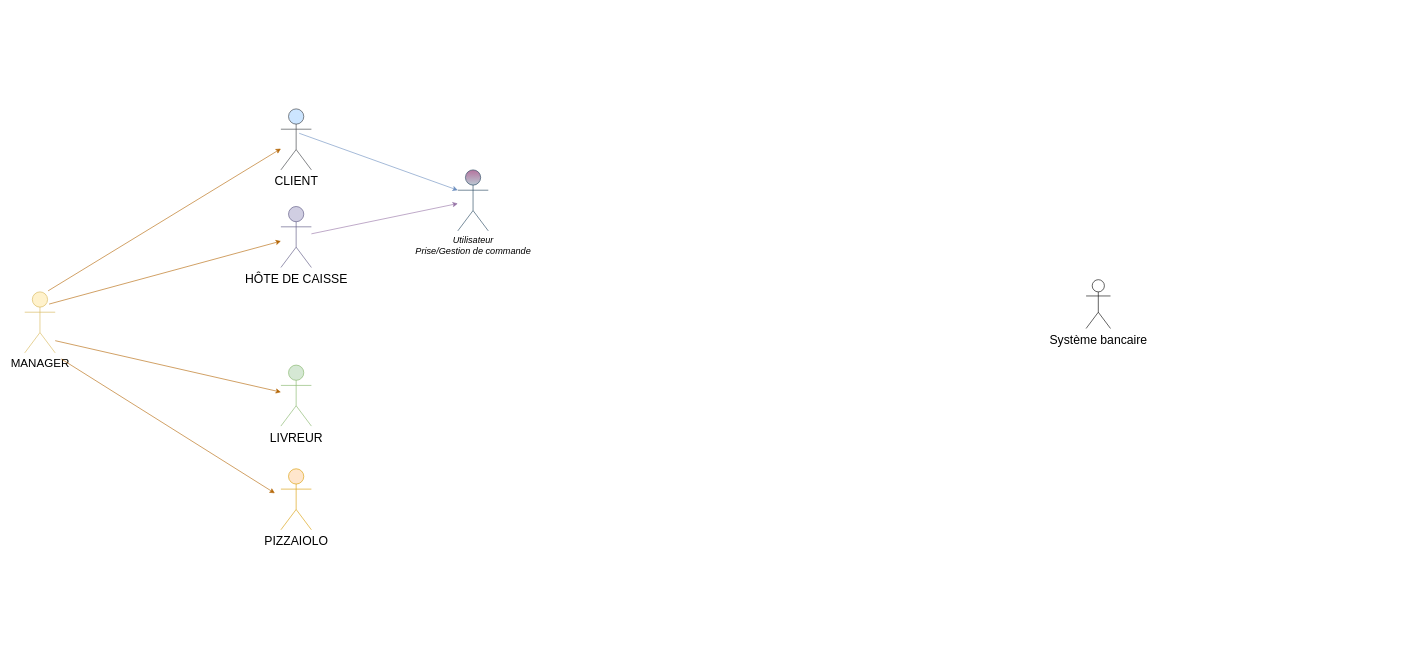
OMorlotti/P4-analyser-les-besoin-de-mon-client-pour-son-groupe-de-pizzerias keeps this draw.io diagram as Client/Untitled Diagram.drawio. Above is the earlier version. Source tidied: cells renumbered, new cells numbered last; positions are measured from the earlier drawing's top-left corner, leaving out a move shared by most shapes. Both pictures are drawn from the tidied source at 61%, with x=0, y=0 at pixel (24, 109).
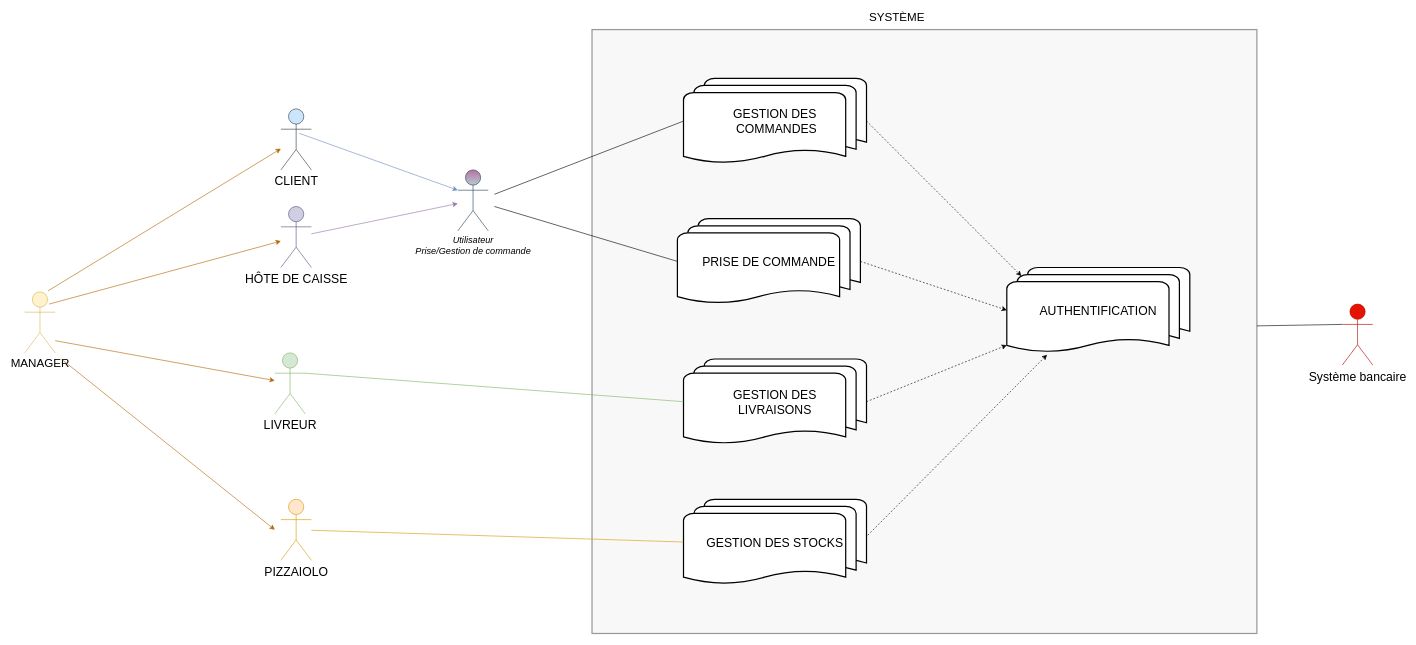
Above is the later version.

The edit, as a diff of the source:
```diff
@@
+    <mxCell id="15" style="rounded=0;whiteSpace=wrap;html=1;fillColor=#eeeeee;strokeColor=#000000;opacity=40;strokeWidth=2;" parent="1" vertex="1">
+      <mxGeometry x="930" y="-130" width="1090" height="990" as="geometry" />
+    </mxCell>
@@
     <mxCell id="6" value="&lt;font style=&quot;font-size: 20px&quot;&gt;LIVREUR&lt;/font&gt;" style="shape=umlActor;verticalLabelPosition=bottom;labelBackgroundColor=#ffffff;verticalAlign=top;html=1;outlineConnect=0;fillColor=#d5e8d4;strokeColor=#82b366;" parent="1" vertex="1">
-      <mxGeometry x="420" y="420" width="50" height="100" as="geometry" />
+      <mxGeometry x="410" y="400" width="50" height="100" as="geometry" />
     </mxCell>
     <mxCell id="7" value="&lt;font style=&quot;font-size: 20px&quot;&gt;PIZZAIOLO&lt;/font&gt;" style="shape=umlActor;verticalLabelPosition=bottom;labelBackgroundColor=#ffffff;verticalAlign=top;html=1;outlineConnect=0;fillColor=#ffe6cc;strokeColor=#d79b00;" parent="1" vertex="1">
-      <mxGeometry x="420" y="590" width="50" height="100" as="geometry" />
+      <mxGeometry x="420" y="640" width="50" height="100" as="geometry" />
     </mxCell>
-    <mxCell id="8" value="&lt;font style=&quot;font-size: 20px&quot;&gt;Système bancaire&lt;/font&gt;" style="shape=umlActor;verticalLabelPosition=bottom;labelBackgroundColor=#ffffff;verticalAlign=top;html=1;outlineConnect=0;" parent="1" vertex="1">
-      <mxGeometry x="1740" y="280" width="40" height="80" as="geometry" />
+    <mxCell id="8" value="&lt;font style=&quot;font-size: 20px&quot; color=&quot;#000000&quot;&gt;Système bancaire&lt;/font&gt;" style="shape=umlActor;verticalLabelPosition=bottom;labelBackgroundColor=#ffffff;verticalAlign=top;html=1;outlineConnect=0;fillColor=#e51400;strokeColor=#B20000;fontColor=#ffffff;" parent="1" vertex="1">
+      <mxGeometry x="2160" y="320" width="50" height="100" as="geometry" />
     </mxCell>
@@
     <mxCell id="12" style="endArrow=classic;html=1;fillColor=#fad7ac;strokeColor=#b46504;" parent="1" edge="1">
       <mxGeometry relative="1" as="geometry">
         <mxPoint x="60" y="410" as="sourcePoint" />
-        <mxPoint x="410" y="630" as="targetPoint" />
+        <mxPoint x="410" y="690" as="targetPoint" />
       </mxGeometry>
     </mxCell>
@@
+    <mxCell id="16" value="&lt;font style=&quot;font-size: 20px&quot;&gt;AUTHENTIFICATION&lt;/font&gt;" style="strokeWidth=2;html=1;shape=mxgraph.flowchart.multi-document;whiteSpace=wrap;gradientColor=none;align=center;" parent="1" vertex="1">
+      <mxGeometry x="1610" y="260" width="300" height="140" as="geometry" />
+    </mxCell>
+    <mxCell id="17" value="&lt;span style=&quot;font-size: 20px&quot;&gt;PRISE DE COMMANDE&lt;/span&gt;" style="strokeWidth=2;html=1;shape=mxgraph.flowchart.multi-document;whiteSpace=wrap;gradientColor=none;align=center;" parent="1" vertex="1">
+      <mxGeometry x="1070" y="180" width="300" height="140" as="geometry" />
+    </mxCell>
+    <mxCell id="18" value="&lt;font style=&quot;font-size: 20px&quot;&gt;GESTION DES STOCKS&lt;/font&gt;" style="strokeWidth=2;html=1;shape=mxgraph.flowchart.multi-document;whiteSpace=wrap;gradientColor=none;align=center;" parent="1" vertex="1">
+      <mxGeometry x="1080" y="640" width="300" height="140" as="geometry" />
+    </mxCell>
+    <mxCell id="19" value="&lt;font style=&quot;font-size: 20px&quot;&gt;GESTION DES &lt;br&gt;LIVRAISONS&lt;/font&gt;" style="strokeWidth=2;html=1;shape=mxgraph.flowchart.multi-document;whiteSpace=wrap;gradientColor=none;align=center;" parent="1" vertex="1">
+      <mxGeometry x="1080" y="410" width="300" height="140" as="geometry" />
+    </mxCell>
+    <mxCell id="20" value="&lt;font style=&quot;font-size: 20px&quot;&gt;GESTION DES&lt;br&gt;&amp;nbsp;COMMANDES&lt;/font&gt;" style="strokeWidth=2;html=1;shape=mxgraph.flowchart.multi-document;whiteSpace=wrap;gradientColor=none;align=center;" parent="1" vertex="1">
+      <mxGeometry x="1080" y="-50" width="300" height="140" as="geometry" />
+    </mxCell>
+    <mxCell id="21" style="endArrow=none;html=1;entryX=0;entryY=0.5;entryDx=0;entryDy=0;entryPerimeter=0;endFill=0;" parent="1" edge="1" target="20">
+      <mxGeometry relative="1" as="geometry">
+        <mxPoint x="770" y="140" as="sourcePoint" />
+      </mxGeometry>
+    </mxCell>
+    <mxCell id="22" style="endArrow=none;html=1;exitX=0;exitY=0.5;exitDx=0;exitDy=0;exitPerimeter=0;" parent="1" edge="1" source="17">
+      <mxGeometry relative="1" as="geometry">
+        <mxPoint x="770" y="160" as="targetPoint" />
+      </mxGeometry>
+    </mxCell>
+    <mxCell id="23" style="endArrow=none;html=1;entryX=0;entryY=0.5;entryDx=0;entryDy=0;entryPerimeter=0;exitX=1;exitY=0.3333333333333333;exitDx=0;exitDy=0;exitPerimeter=0;fillColor=#d5e8d4;strokeColor=#82b366;" parent="1" edge="1" source="6" target="19">
+      <mxGeometry relative="1" as="geometry" />
+    </mxCell>
+    <mxCell id="24" style="endArrow=none;html=1;entryX=0;entryY=0.5;entryDx=0;entryDy=0;entryPerimeter=0;fillColor=#ffe6cc;strokeColor=#d79b00;" parent="1" edge="1" source="7" target="18">
+      <mxGeometry relative="1" as="geometry" />
+    </mxCell>
+    <mxCell id="25" style="endArrow=classic;html=1;entryX=0.08;entryY=0.1;entryDx=0;entryDy=0;entryPerimeter=0;exitX=1;exitY=0.5;exitDx=0;exitDy=0;exitPerimeter=0;dashed=1;" parent="1" edge="1" source="20" target="16">
+      <mxGeometry relative="1" as="geometry" />
+    </mxCell>
+    <mxCell id="26" style="endArrow=classic;html=1;dashed=1;exitX=1;exitY=0.5;exitDx=0;exitDy=0;exitPerimeter=0;entryX=0;entryY=0.5;entryDx=0;entryDy=0;entryPerimeter=0;" parent="1" edge="1" source="17" target="16">
+      <mxGeometry relative="1" as="geometry" />
+    </mxCell>
+    <mxCell id="27" style="endArrow=classic;html=1;dashed=1;exitX=1;exitY=0.5;exitDx=0;exitDy=0;exitPerimeter=0;entryX=0;entryY=0.91;entryDx=0;entryDy=0;entryPerimeter=0;" parent="1" edge="1" source="19" target="16">
+      <mxGeometry relative="1" as="geometry" />
+    </mxCell>
+    <mxCell id="28" style="endArrow=classic;html=1;dashed=1;exitX=1.007;exitY=0.421;exitDx=0;exitDy=0;exitPerimeter=0;entryX=0.22;entryY=1.021;entryDx=0;entryDy=0;entryPerimeter=0;" parent="1" edge="1" source="18" target="16">
+      <mxGeometry relative="1" as="geometry" />
+    </mxCell>
+    <mxCell id="29" value="&lt;font style=&quot;font-size: 19px&quot;&gt;SYSTÈME&lt;/font&gt;" style="text;html=1;strokeColor=none;fillColor=none;align=center;verticalAlign=middle;whiteSpace=wrap;rounded=0;opacity=40;" parent="1" vertex="1">
+      <mxGeometry x="1410" y="-160" width="40" height="20" as="geometry" />
+    </mxCell>
+    <mxCell id="30" style="endArrow=none;html=1;entryX=0;entryY=0.3333333333333333;entryDx=0;entryDy=0;entryPerimeter=0;" parent="1" edge="1" source="15" target="8">
+      <mxGeometry relative="1" as="geometry" />
+    </mxCell>
```
